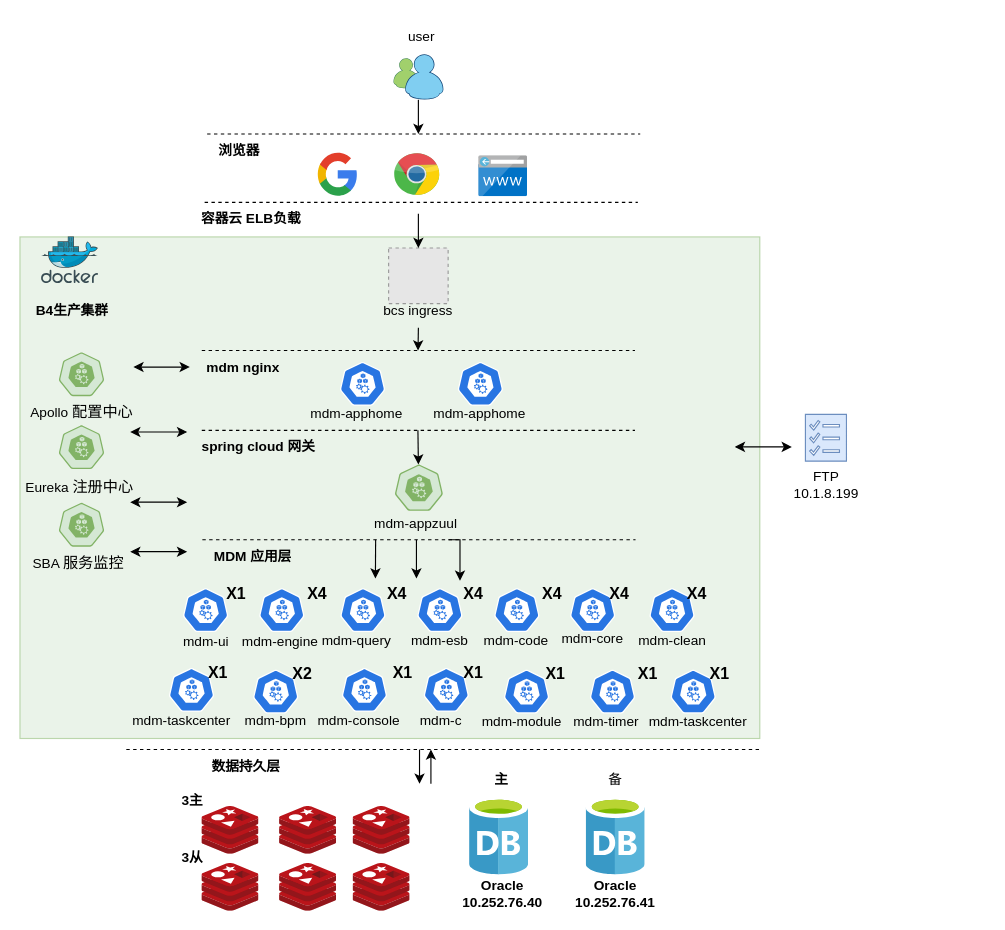
Before: mdm部署架构图.drawio in Dinosly/fe-interview, a draw.io diagram. Source tidied: cells renumbered, new cells numbered last; positions are measured from the earlier drawing's top-left corner, leaving out a move shared by most shapes. Both pictures are drawn from the tidied source at 114%, with x=0, y=0 at pixel (19, 19). Pictures stored in the file or linked from it are replaced by grey dashed boxes.
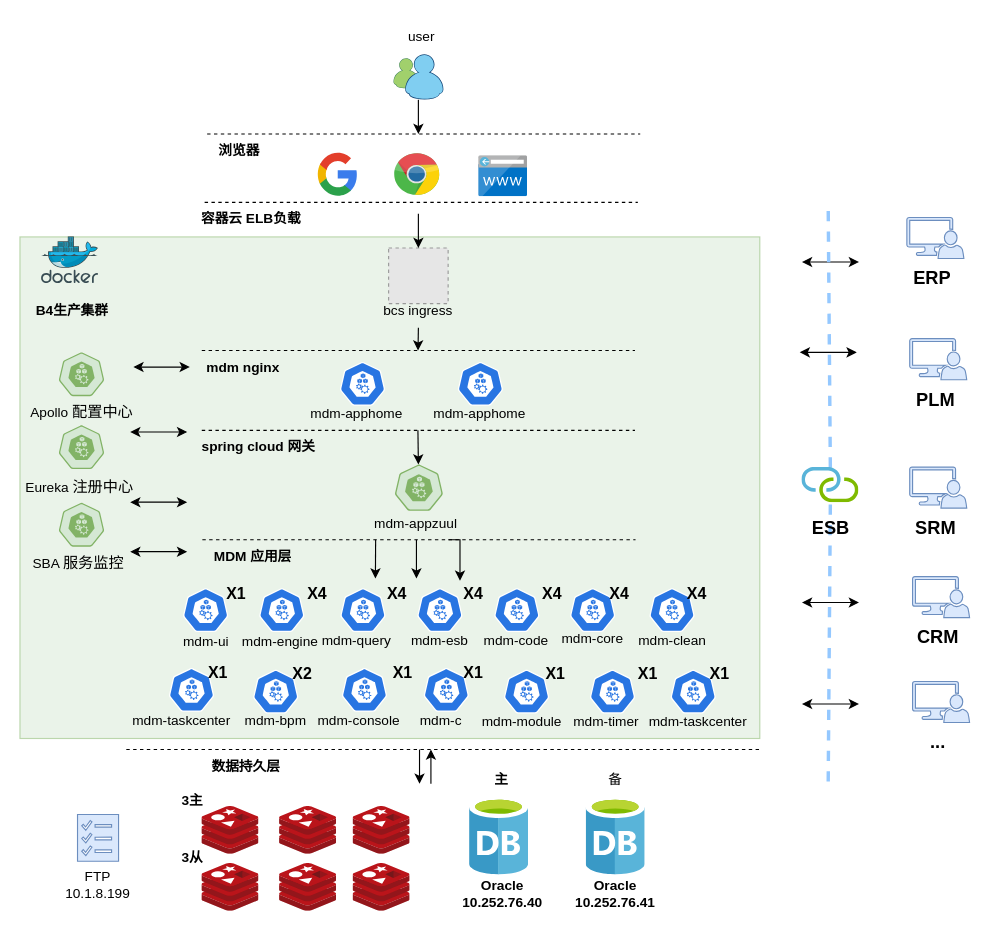
The same diagram, later.

Commit message:
更新mdm部署架构图.drawio

Change to the diagram source:
```diff
@@
     <mxCell id="103" style="sketch=0;shadow=0;dashed=0;html=1;strokeColor=#6c8ebf;labelPosition=center;verticalLabelPosition=bottom;verticalAlign=top;align=center;fillColor=#dae8fc;shape=mxgraph.mscae.oms.assessments;fontFamily=Helvetica;fontSize=12;" parent="1" vertex="1">
-      <mxGeometry x="689" y="346" width="36" height="41" as="geometry" />
+      <mxGeometry x="50.5" y="697" width="36" height="41" as="geometry" />
     </mxCell>
     <mxCell id="104" value="FTP&lt;br&gt;10.1.8.199" style="text;html=1;strokeColor=none;fillColor=none;align=center;verticalAlign=middle;whiteSpace=wrap;rounded=0;fontSize=12;fontFamily=Helvetica;fontColor=default;" parent="1" vertex="1">
-      <mxGeometry x="665.5" y="394" width="83" height="28" as="geometry" />
+      <mxGeometry x="27" y="745" width="83" height="28" as="geometry" />
     </mxCell>
     <mxCell id="105" style="endArrow=classic;startArrow=classic;html=1;rounded=0;fontFamily=Helvetica;fontSize=12;fontColor=default;entryX=0;entryY=1;entryDx=0;entryDy=0;" parent="1" edge="1">
       <mxGeometry relative="1" as="geometry">
-        <mxPoint x="627.1" y="374.5" as="sourcePoint" />
-        <mxPoint x="677.1" y="374.5" as="targetPoint" />
+        <mxPoint x="686" y="212.3" as="sourcePoint" />
+        <mxPoint x="736" y="212.3" as="targetPoint" />
       </mxGeometry>
     </mxCell>
@@
+    <mxCell id="108" style="endArrow=none;dashed=1;html=1;rounded=0;jumpSize=15;strokeWidth=3;fillColor=#dae8fc;strokeColor=#94c8ff;" parent="1" edge="1" source="122">
+      <mxGeometry relative="1" as="geometry">
+        <mxPoint x="709" y="164" as="targetPoint" />
+      </mxGeometry>
+    </mxCell>
+    <mxCell id="109" style="endArrow=classic;startArrow=classic;html=1;rounded=0;fontFamily=Helvetica;fontSize=12;fontColor=default;entryX=0;entryY=1;entryDx=0;entryDy=0;" parent="1" edge="1">
+      <mxGeometry relative="1" as="geometry">
+        <mxPoint x="684" y="291.6" as="sourcePoint" />
+        <mxPoint x="734" y="291.6" as="targetPoint" />
+      </mxGeometry>
+    </mxCell>
+    <mxCell id="110" style="endArrow=classic;startArrow=classic;html=1;rounded=0;fontFamily=Helvetica;fontSize=12;fontColor=default;entryX=0;entryY=1;entryDx=0;entryDy=0;" parent="1" edge="1">
+      <mxGeometry relative="1" as="geometry">
+        <mxPoint x="686" y="511" as="sourcePoint" />
+        <mxPoint x="736" y="511" as="targetPoint" />
+      </mxGeometry>
+    </mxCell>
+    <mxCell id="111" style="sketch=0;shadow=0;dashed=0;html=1;strokeColor=#6c8ebf;labelPosition=center;verticalLabelPosition=bottom;verticalAlign=top;align=center;fillColor=#dae8fc;shape=mxgraph.mscae.system_center.admin_console;" parent="1" vertex="1">
+      <mxGeometry x="778" y="173.3" width="50" height="36" as="geometry" />
+    </mxCell>
+    <mxCell id="112" value="&lt;font style=&quot;&quot;&gt;&lt;font style=&quot;font-size: 16px;&quot;&gt;&lt;b&gt;ERP&lt;/b&gt;&lt;/font&gt;&lt;br&gt;&lt;/font&gt;" style="text;html=1;strokeColor=none;fillColor=none;align=center;verticalAlign=middle;whiteSpace=wrap;rounded=0;fontSize=12;fontFamily=Helvetica;fontColor=default;" parent="1" vertex="1">
+      <mxGeometry x="759" y="212.3" width="83" height="28" as="geometry" />
+    </mxCell>
+    <mxCell id="113" style="sketch=0;shadow=0;dashed=0;html=1;strokeColor=#6c8ebf;labelPosition=center;verticalLabelPosition=bottom;verticalAlign=top;align=center;fillColor=#dae8fc;shape=mxgraph.mscae.system_center.admin_console;" parent="1" vertex="1">
+      <mxGeometry x="780.5" y="279.6" width="50" height="36" as="geometry" />
+    </mxCell>
+    <mxCell id="114" value="&lt;font style=&quot;&quot;&gt;&lt;span style=&quot;font-size: 16px;&quot;&gt;&lt;b&gt;PLM&lt;/b&gt;&lt;/span&gt;&lt;br&gt;&lt;/font&gt;" style="text;html=1;strokeColor=none;fillColor=none;align=center;verticalAlign=middle;whiteSpace=wrap;rounded=0;fontSize=12;fontFamily=Helvetica;fontColor=default;" parent="1" vertex="1">
+      <mxGeometry x="761.5" y="318.6" width="83" height="28" as="geometry" />
+    </mxCell>
+    <mxCell id="115" style="sketch=0;shadow=0;dashed=0;html=1;strokeColor=#6c8ebf;labelPosition=center;verticalLabelPosition=bottom;verticalAlign=top;align=center;fillColor=#dae8fc;shape=mxgraph.mscae.system_center.admin_console;" parent="1" vertex="1">
+      <mxGeometry x="780.5" y="392.2" width="50" height="36" as="geometry" />
+    </mxCell>
+    <mxCell id="116" value="&lt;font style=&quot;&quot;&gt;&lt;span style=&quot;font-size: 16px;&quot;&gt;&lt;b&gt;SRM&lt;/b&gt;&lt;/span&gt;&lt;br&gt;&lt;/font&gt;" style="text;html=1;strokeColor=none;fillColor=none;align=center;verticalAlign=middle;whiteSpace=wrap;rounded=0;fontSize=12;fontFamily=Helvetica;fontColor=default;" parent="1" vertex="1">
+      <mxGeometry x="761.5" y="431.2" width="83" height="28" as="geometry" />
+    </mxCell>
+    <mxCell id="117" style="sketch=0;shadow=0;dashed=0;html=1;strokeColor=#6c8ebf;labelPosition=center;verticalLabelPosition=bottom;verticalAlign=top;align=center;fillColor=#dae8fc;shape=mxgraph.mscae.system_center.admin_console;" parent="1" vertex="1">
+      <mxGeometry x="783" y="488.3" width="50" height="36" as="geometry" />
+    </mxCell>
+    <mxCell id="118" value="&lt;font style=&quot;&quot;&gt;&lt;span style=&quot;font-size: 16px;&quot;&gt;&lt;b&gt;CRM&lt;/b&gt;&lt;/span&gt;&lt;br&gt;&lt;/font&gt;" style="text;html=1;strokeColor=none;fillColor=none;align=center;verticalAlign=middle;whiteSpace=wrap;rounded=0;fontSize=12;fontFamily=Helvetica;fontColor=default;" parent="1" vertex="1">
+      <mxGeometry x="764" y="527.3" width="83" height="28" as="geometry" />
+    </mxCell>
+    <mxCell id="119" style="sketch=0;shadow=0;dashed=0;html=1;strokeColor=#6c8ebf;labelPosition=center;verticalLabelPosition=bottom;verticalAlign=top;align=center;fillColor=#dae8fc;shape=mxgraph.mscae.system_center.admin_console;" parent="1" vertex="1">
+      <mxGeometry x="783" y="580.3" width="50" height="36" as="geometry" />
+    </mxCell>
+    <mxCell id="120" value="&lt;font style=&quot;&quot;&gt;&lt;span style=&quot;font-size: 16px;&quot;&gt;&lt;b&gt;...&lt;/b&gt;&lt;/span&gt;&lt;br&gt;&lt;/font&gt;" style="text;html=1;strokeColor=none;fillColor=none;align=center;verticalAlign=middle;whiteSpace=wrap;rounded=0;fontSize=12;fontFamily=Helvetica;fontColor=default;" parent="1" vertex="1">
+      <mxGeometry x="764" y="619.3" width="83" height="28" as="geometry" />
+    </mxCell>
+    <mxCell id="121" style="endArrow=none;dashed=1;html=1;rounded=0;jumpSize=15;strokeWidth=3;fillColor=#dae8fc;strokeColor=#94c8ff;" parent="1" edge="1" target="122">
+      <mxGeometry relative="1" as="geometry">
+        <mxPoint x="709" y="668" as="sourcePoint" />
+      </mxGeometry>
+    </mxCell>
+    <mxCell id="122" style="image;sketch=0;html=1;points=[];align=center;fontSize=12;image=img/lib/mscae/Connection.svg;" parent="1" vertex="1">
+      <mxGeometry x="686" y="392.6" width="50" height="31" as="geometry" />
+    </mxCell>
+    <mxCell id="123" value="&lt;font style=&quot;&quot;&gt;&lt;font style=&quot;font-size: 16px;&quot;&gt;&lt;b&gt;ESB&lt;/b&gt;&lt;/font&gt;&lt;br&gt;&lt;/font&gt;" style="text;html=1;strokeColor=none;fillColor=none;align=center;verticalAlign=middle;whiteSpace=wrap;rounded=0;fontSize=12;fontFamily=Helvetica;fontColor=default;" parent="1" vertex="1">
+      <mxGeometry x="669.5" y="431.2" width="83" height="28" as="geometry" />
+    </mxCell>
+    <mxCell id="124" style="endArrow=classic;startArrow=classic;html=1;rounded=0;fontFamily=Helvetica;fontSize=12;fontColor=default;entryX=0;entryY=1;entryDx=0;entryDy=0;" parent="1" edge="1">
+      <mxGeometry relative="1" as="geometry">
+        <mxPoint x="686" y="600" as="sourcePoint" />
+        <mxPoint x="736" y="600" as="targetPoint" />
+      </mxGeometry>
+    </mxCell>
```
